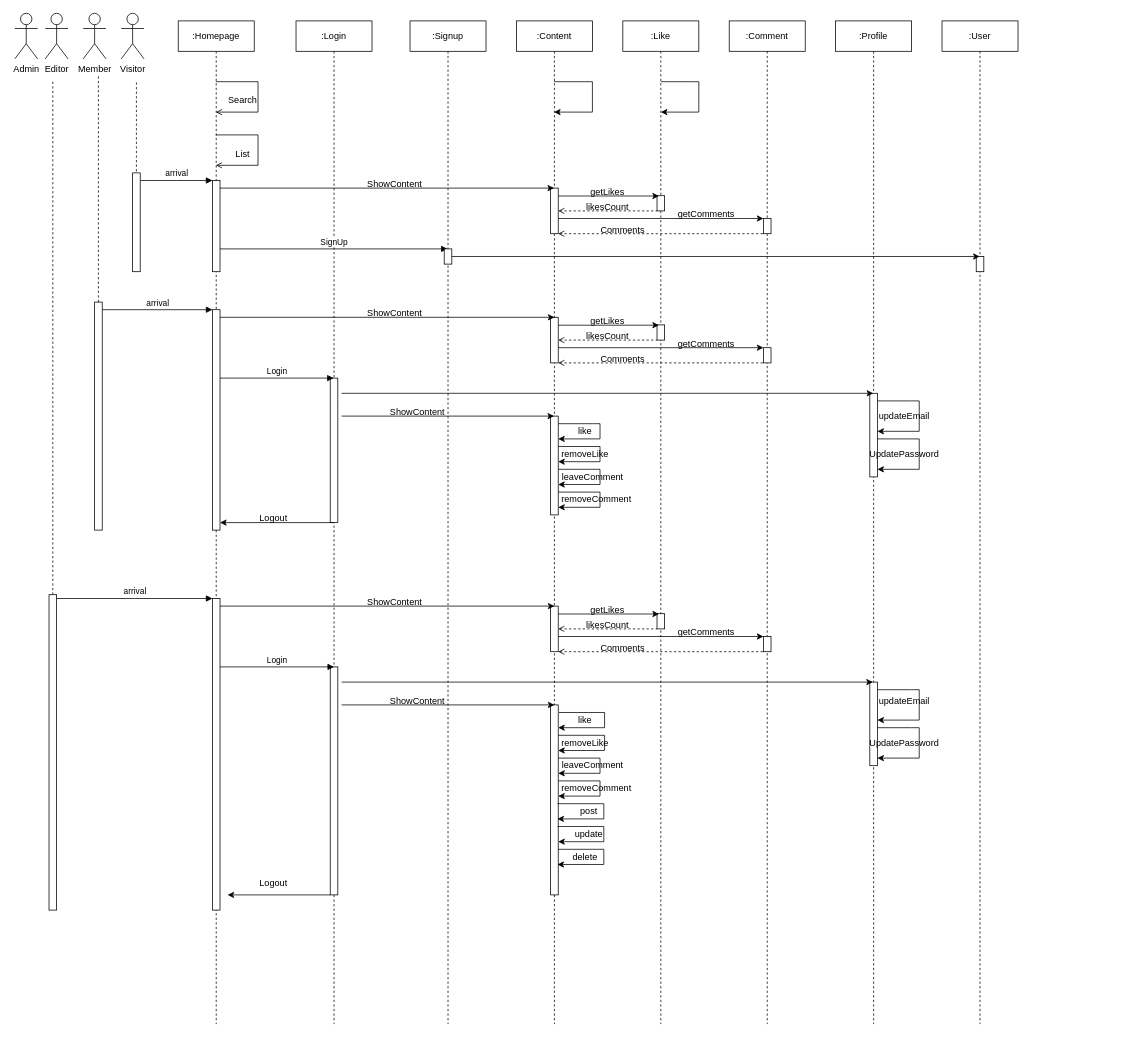
The draw.io diagram Software Requirements Specification/sequence diagram.drawio in gitsametcan/Blogosphere, before the edit. Source tidied: cells renumbered, new cells numbered last; positions are measured from the earlier drawing's top-left corner, leaving out a move shared by most shapes. Both pictures are drawn from the tidied source at 76%, with x=0, y=0 at pixel (14, 13).
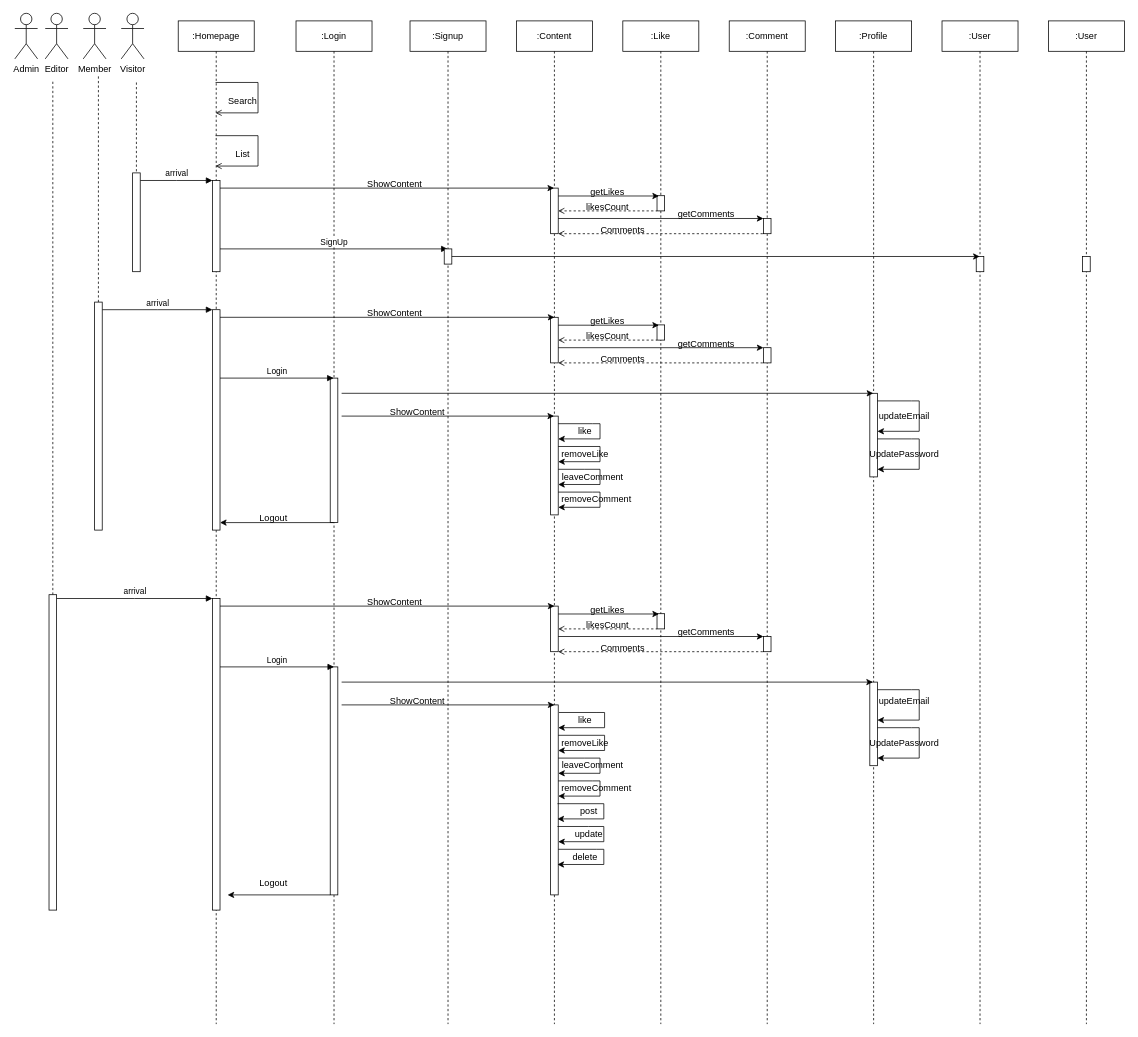
The same diagram, later.

Unchanged cells that the change refers to:
```xml
<mxCell id="2" value=":Homepage" style="shape=umlLifeline;perimeter=lifelinePerimeter;whiteSpace=wrap;html=1;outlineConnect=0;portConstraint=eastwest;newEdgeStyle={&quot;edgeStyle&quot;:&quot;elbowEdgeStyle&quot;,&quot;elbow&quot;:&quot;vertical&quot;,&quot;curved&quot;:0,&quot;rounded&quot;:0};" parent="1" vertex="1">
  <mxGeometry x="215" y="10" width="100" height="1320" as="geometry" />
</mxCell>
<mxCell id="3" value=":Content" style="shape=umlLifeline;perimeter=lifelinePerimeter;whiteSpace=wrap;html=1;outlineConnect=0;portConstraint=eastwest;newEdgeStyle={&quot;edgeStyle&quot;:&quot;elbowEdgeStyle&quot;,&quot;elbow&quot;:&quot;vertical&quot;,&quot;curved&quot;:0,&quot;rounded&quot;:0};" parent="1" vertex="1">
  <mxGeometry x="660" y="10" width="100" height="1320" as="geometry" />
</mxCell>
```

Diff of the diagram source:
```diff
@@
-    <mxCell id="25" style="endArrow=none;html=1;rounded=0;startArrow=open;startFill=0;" parent="1" edge="1" source="2" target="2">
+    <mxCell id="25" style="endArrow=none;html=1;rounded=0;startArrow=open;startFill=0;" parent="1" edge="1">
       <mxGeometry relative="1" as="geometry">
+        <mxPoint x="264.1" y="131" as="sourcePoint" />
+        <mxPoint x="264.1" y="91" as="targetPoint" />
         <Array as="points">
-          <mxPoint x="320" y="130" />
-          <mxPoint x="320" y="90" />
+          <mxPoint x="320" y="131" />
+          <mxPoint x="320" y="91" />
         </Array>
       </mxGeometry>
     </mxCell>
     <mxCell id="26" value="Search" style="text;html=1;strokeColor=none;fillColor=none;align=center;verticalAlign=middle;whiteSpace=wrap;rounded=0;" parent="1" vertex="1">
-      <mxGeometry x="270" y="100" width="60" height="30" as="geometry" />
+      <mxGeometry x="270" y="101" width="60" height="30" as="geometry" />
     </mxCell>
-    <mxCell id="27" style="endArrow=none;html=1;rounded=0;startArrow=open;startFill=0;" parent="1" edge="1" source="2" target="2">
+    <mxCell id="27" style="endArrow=none;html=1;rounded=0;startArrow=open;startFill=0;" parent="1" edge="1">
       <mxGeometry relative="1" as="geometry">
+        <mxPoint x="264.1" y="201" as="sourcePoint" />
+        <mxPoint x="264.1" y="161" as="targetPoint" />
         <Array as="points">
-          <mxPoint x="320" y="200" />
-          <mxPoint x="320" y="160" />
+          <mxPoint x="320" y="201" />
+          <mxPoint x="320" y="161" />
         </Array>
       </mxGeometry>
     </mxCell>
     <mxCell id="28" value="List" style="text;html=1;strokeColor=none;fillColor=none;align=center;verticalAlign=middle;whiteSpace=wrap;rounded=0;" parent="1" vertex="1">
-      <mxGeometry x="270" y="170" width="60" height="30" as="geometry" />
+      <mxGeometry x="270" y="171" width="60" height="30" as="geometry" />
     </mxCell>
@@
-    <mxCell id="34" style="endArrow=classic;html=1;rounded=0;" parent="1" edge="1" source="3" target="3">
-      <mxGeometry relative="1" as="geometry">
-        <Array as="points">
-          <mxPoint x="750" y="90" />
-          <mxPoint x="760" y="90" />
-          <mxPoint x="760" y="130" />
-        </Array>
-      </mxGeometry>
-    </mxCell>
-    <mxCell id="35" style="endArrow=classic;html=1;rounded=0;" parent="1" edge="1">
-      <mxGeometry relative="1" as="geometry">
-        <mxPoint x="850" y="90" as="sourcePoint" />
-        <mxPoint x="850" y="130" as="targetPoint" />
-        <Array as="points">
-          <mxPoint x="890" y="90" />
-          <mxPoint x="900" y="90" />
-          <mxPoint x="900" y="130" />
-        </Array>
-      </mxGeometry>
-    </mxCell>
@@
+    <mxCell id="126" value=":User" style="shape=umlLifeline;perimeter=lifelinePerimeter;whiteSpace=wrap;html=1;newEdgeStyle={&quot;edgeStyle&quot;:&quot;elbowEdgeStyle&quot;,&quot;elbow&quot;:&quot;vertical&quot;,&quot;curved&quot;:0,&quot;rounded&quot;:0};" parent="1" vertex="1">
+      <mxGeometry x="1360" y="10" width="100" height="1320" as="geometry" />
+    </mxCell>
+    <mxCell id="127" style="html=1;perimeter=orthogonalPerimeter;targetShapes=umlLifeline;newEdgeStyle={&quot;edgeStyle&quot;:&quot;elbowEdgeStyle&quot;,&quot;elbow&quot;:&quot;vertical&quot;,&quot;curved&quot;:0,&quot;rounded&quot;:0};" parent="126" vertex="1">
+      <mxGeometry x="45" y="310" width="10" height="20" as="geometry" />
+    </mxCell>
```
